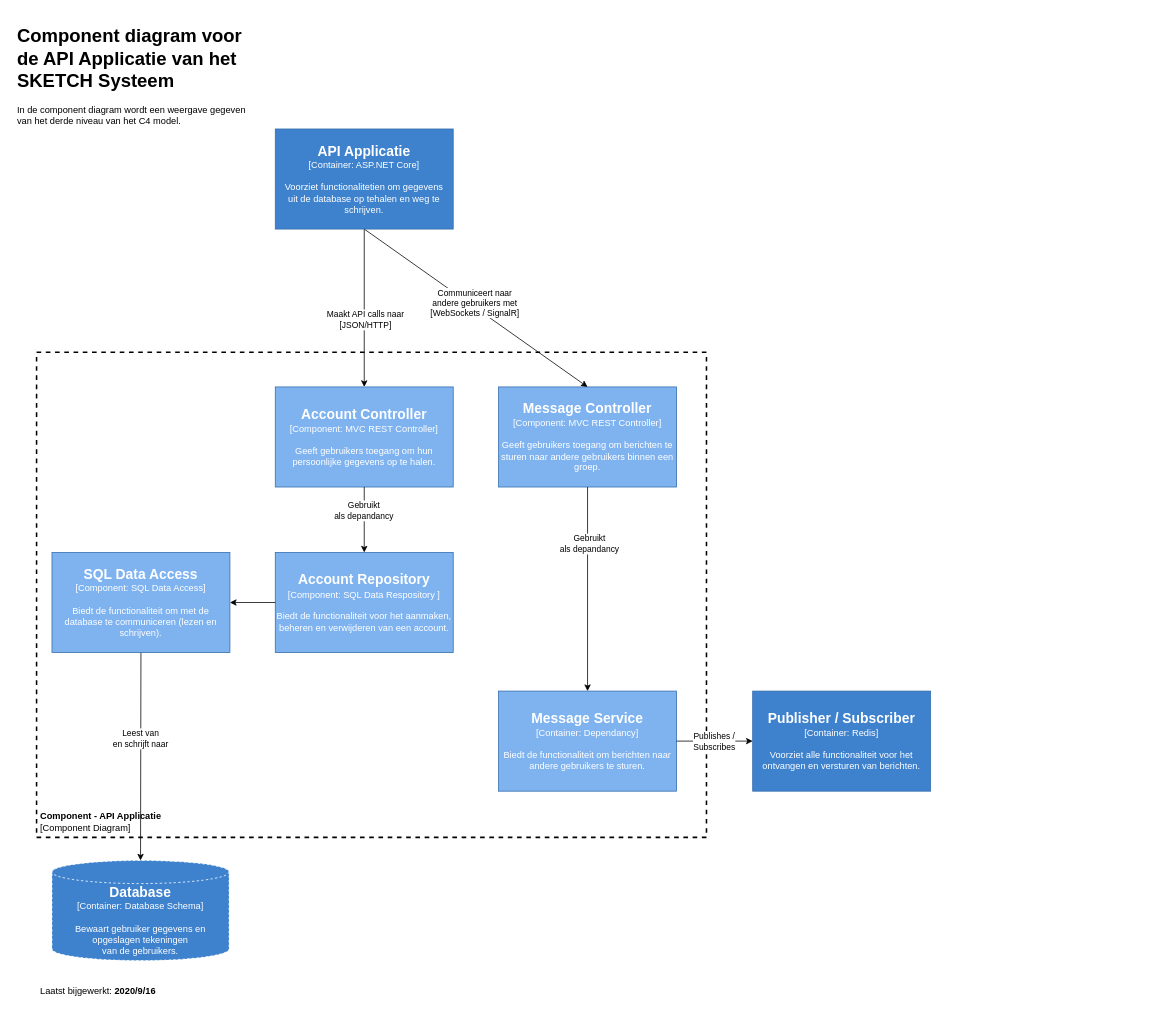
Earlier version of the draw.io diagram docs/01. Diagrams/C4 Models/3. Components/Component - API Applicatie.drawio (i442124/Sketch). Source tidied: cells renumbered, new cells numbered last; positions are measured from the earlier drawing's top-left corner, leaving out a move shared by most shapes. Both pictures are drawn from the tidied source at 77%, with x=0, y=0 at pixel (13, 21).
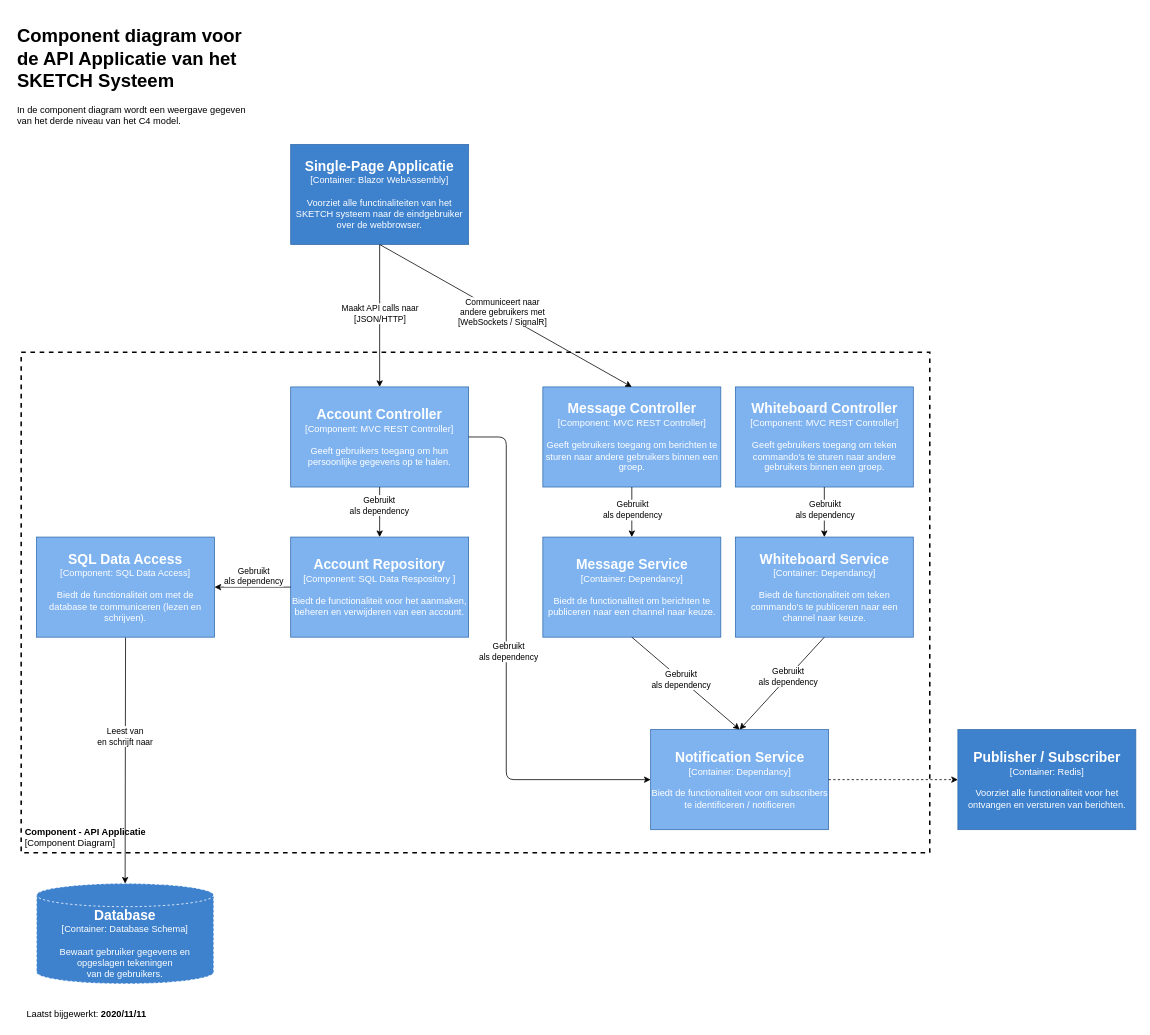
After the change.

Commit message (it also covers changes not shown here):
Update API compoment model

The change refers to these unchanged cells:
```xml
<mxCell id="16" style="endArrow=classic;html=1;entryX=1;entryY=0.5;entryDx=0;entryDy=0;exitX=0;exitY=0.5;exitDx=0;exitDy=0;" parent="1" edge="1" source="14" target="15">
  <mxGeometry relative="1" as="geometry" />
</mxCell>
<mxCell id="17" style="endArrow=classic;html=1;exitX=0.5;exitY=1;exitDx=0;exitDy=0;entryX=0.5;entryY=0;entryDx=0;entryDy=0;" parent="1" edge="1" source="13" target="14">
  <mxGeometry relative="1" as="geometry" />
</mxCell>
```

What changed in the source:
```diff
@@
     <mxCell id="2" value="&lt;div&gt;&lt;font style=&quot;font-size: 12px&quot;&gt;&lt;b&gt;Component - API Applicatie&lt;br&gt;&lt;/b&gt;&lt;/font&gt;&lt;/div&gt;&lt;font style=&quot;font-size: 12px&quot;&gt;[Component Diagram]&lt;/font&gt;" style="text;html=1;fillColor=none;spacing=5;spacingTop=-20;whiteSpace=wrap;overflow=hidden;rounded=0;dashed=1;verticalAlign=bottom;strokeColor=#000000;strokeWidth=2;" parent="1" vertex="1">
-      <mxGeometry x="30" y="430" width="870" height="630" as="geometry" />
+      <mxGeometry x="10" y="430" width="1180" height="650" as="geometry" />
     </mxCell>
@@
-    <mxCell id="4" value="Laatst bijgewerkt: &lt;b&gt;2020/9/16&lt;/b&gt;" style="text;html=1;strokeColor=none;fillColor=none;align=center;verticalAlign=middle;whiteSpace=wrap;rounded=0;" parent="1" vertex="1">
-      <mxGeometry x="30" y="1250" width="160" height="20" as="geometry" />
+    <mxCell id="4" value="Laatst bijgewerkt: &lt;b&gt;2020/11/11&lt;/b&gt;" style="text;html=1;strokeColor=none;fillColor=none;align=center;verticalAlign=middle;whiteSpace=wrap;rounded=0;" parent="1" vertex="1">
+      <mxGeometry x="10" y="1280" width="170" height="20" as="geometry" />
     </mxCell>
     <mxCell id="5" value="&lt;div&gt;&lt;font size=&quot;1&quot;&gt;&lt;b&gt;&lt;font style=&quot;font-size: 18px&quot; color=&quot;#FFFFFF&quot;&gt;Database&lt;br&gt;&lt;/font&gt;&lt;/b&gt;&lt;/font&gt;&lt;/div&gt;&lt;div&gt;&lt;font color=&quot;#FFFFFF&quot;&gt;[Container: Database Schema]&lt;br&gt;&lt;/font&gt;&lt;/div&gt;&lt;div&gt;&lt;font color=&quot;#FFFFFF&quot;&gt;&lt;br&gt;&lt;/font&gt;&lt;/div&gt;&lt;div&gt;&lt;font color=&quot;#FFFFFF&quot;&gt;Bewaart gebruiker gegevens en opgeslagen tekeningen&lt;/font&gt;&lt;/div&gt;&lt;div&gt;&lt;font color=&quot;#FFFFFF&quot;&gt; van de gebruikers.&lt;br&gt;&lt;/font&gt;&lt;/div&gt;" style="shape=cylinder3;whiteSpace=wrap;html=1;boundedLbl=1;backgroundOutline=1;size=15;rounded=0;dashed=1;fillColor=#3E82CE;strokeColor=#FFFFFF;" parent="1" vertex="1">
-      <mxGeometry x="50" y="1090" width="230" height="130" as="geometry" />
+      <mxGeometry x="30" y="1120" width="230" height="130" as="geometry" />
     </mxCell>
+    <mxCell id="8" value="&lt;div&gt;&lt;font size=&quot;1&quot;&gt;&lt;b&gt;&lt;font style=&quot;font-size: 18px&quot; color=&quot;#FFFFFF&quot;&gt;Message Controller&lt;br&gt;&lt;/font&gt;&lt;/b&gt;&lt;/font&gt;&lt;/div&gt;&lt;div&gt;&lt;font color=&quot;#FFFFFF&quot;&gt;[Component: MVC REST Controller]&lt;br&gt;&lt;/font&gt;&lt;/div&gt;&lt;div&gt;&lt;font color=&quot;#FFFFFF&quot;&gt;&lt;br&gt;&lt;/font&gt;&lt;/div&gt;&lt;font color=&quot;#FFFFFF&quot;&gt;Geeft gebruikers toegang om berichten te sturen naar andere gebruikers binnen een groep.&lt;br&gt;&lt;/font&gt;" style="rounded=0;whiteSpace=wrap;html=1;strokeColor=#336CAB;fillColor=#7FB3F0;" parent="1" vertex="1">
+      <mxGeometry x="687.5" y="475" width="231.1" height="130" as="geometry" />
+    </mxCell>
+    <mxCell id="11" value="&lt;div&gt;&lt;font size=&quot;1&quot;&gt;&lt;b&gt;&lt;font style=&quot;font-size: 18px&quot; color=&quot;#FFFFFF&quot;&gt;Message Service&lt;br&gt;&lt;/font&gt;&lt;/b&gt;&lt;/font&gt;&lt;/div&gt;&lt;div&gt;&lt;font color=&quot;#FFFFFF&quot;&gt;[Container: Dependancy]&lt;br&gt;&lt;/font&gt;&lt;/div&gt;&lt;div&gt;&lt;font color=&quot;#FFFFFF&quot;&gt;&lt;br&gt;&lt;/font&gt;&lt;/div&gt;&lt;font color=&quot;#FFFFFF&quot;&gt;Biedt de functionaliteit om berichten te publiceren naar een channel naar keuze.&lt;br&gt;&lt;/font&gt;" style="rounded=0;whiteSpace=wrap;html=1;strokeColor=#336CAB;fillColor=#7FB3F0;" parent="1" vertex="1">
+      <mxGeometry x="687.5" y="670" width="231.1" height="130" as="geometry" />
+    </mxCell>
+    <mxCell id="12" value="&lt;div&gt;&lt;font size=&quot;1&quot;&gt;&lt;b&gt;&lt;font style=&quot;font-size: 18px&quot; color=&quot;#FFFFFF&quot;&gt;Publisher / Subscriber&lt;br&gt;&lt;/font&gt;&lt;/b&gt;&lt;/font&gt;&lt;/div&gt;&lt;div&gt;&lt;font color=&quot;#FFFFFF&quot;&gt;[Container: Redis]&lt;br&gt;&lt;/font&gt;&lt;/div&gt;&lt;div&gt;&lt;font color=&quot;#FFFFFF&quot;&gt;&lt;br&gt;&lt;/font&gt;&lt;/div&gt;&lt;div&gt;&lt;font color=&quot;#FFFFFF&quot;&gt;Voorziet alle functionaliteit voor het ontvangen en versturen van berichten.&lt;br&gt;&lt;/font&gt;&lt;/div&gt;" style="rounded=0;whiteSpace=wrap;html=1;fillColor=#3E82CE;strokeColor=#336CAB;" parent="1" vertex="1">
+      <mxGeometry x="1226.5" y="920" width="231.1" height="130" as="geometry" />
+    </mxCell>
+    <mxCell id="19" style="endArrow=classic;html=1;exitX=0.5;exitY=1;exitDx=0;exitDy=0;entryX=0.5;entryY=0;entryDx=0;entryDy=0;" parent="1" edge="1" source="8" target="11">
+      <mxGeometry relative="1" as="geometry" />
+    </mxCell>
+    <mxCell id="20" value="&lt;div&gt;Gebruikt&lt;/div&gt;&lt;div&gt;als dependency&lt;br&gt;&lt;/div&gt;" style="edgeLabel;html=1;align=center;verticalAlign=middle;" parent="19" vertex="1">
+      <mxGeometry x="-0.45" y="2" relative="1" as="geometry">
+        <mxPoint x="-2" y="11.5" as="offset" />
+      </mxGeometry>
+    </mxCell>
+    <mxCell id="23" style="endArrow=classic;html=1;exitX=0.5;exitY=1;exitDx=0;exitDy=0;entryX=0.5;entryY=0;entryDx=0;entryDy=0;" parent="1" edge="1" source="26" target="13">
+      <mxGeometry relative="1" as="geometry" />
+    </mxCell>
+    <mxCell id="24" value="&lt;div&gt;Maakt API calls naar&lt;br&gt;&lt;/div&gt;&lt;div&gt;[JSON/HTTP]&lt;br&gt;&lt;/div&gt;" style="edgeLabel;html=1;align=center;verticalAlign=middle;" parent="23" vertex="1">
+      <mxGeometry x="0.14" y="2" relative="1" as="geometry">
+        <mxPoint x="-2" y="-15.7" as="offset" />
+      </mxGeometry>
+    </mxCell>
+    <mxCell id="26" value="&lt;div&gt;&lt;font size=&quot;1&quot;&gt;&lt;b&gt;&lt;font style=&quot;font-size: 18px&quot; color=&quot;#FFFFFF&quot;&gt;Single-Page Applicatie&lt;br&gt;&lt;/font&gt;&lt;/b&gt;&lt;/font&gt;&lt;/div&gt;&lt;div&gt;&lt;font color=&quot;#FFFFFF&quot;&gt;[Container: Blazor WebAssembly]&lt;br&gt;&lt;/font&gt;&lt;/div&gt;&lt;div&gt;&lt;font color=&quot;#FFFFFF&quot;&gt;&lt;br&gt;&lt;/font&gt;&lt;/div&gt;&lt;div&gt;&lt;font color=&quot;#FFFFFF&quot;&gt;Voorziet alle functinaliteiten van het SKETCH systeem naar de eindgebruiker over de webbrowser.&lt;br&gt;&lt;/font&gt;&lt;/div&gt;" style="rounded=0;whiteSpace=wrap;html=1;fillColor=#3E82CE;strokeColor=#336CAB;" parent="1" vertex="1">
+      <mxGeometry x="360" y="160" width="231.1" height="130" as="geometry" />
+    </mxCell>
+    <mxCell id="27" value="&lt;div&gt;&lt;font size=&quot;1&quot;&gt;&lt;b&gt;&lt;font style=&quot;font-size: 18px&quot; color=&quot;#FFFFFF&quot;&gt;Whiteboard Controller&lt;br&gt;&lt;/font&gt;&lt;/b&gt;&lt;/font&gt;&lt;/div&gt;&lt;div&gt;&lt;font color=&quot;#FFFFFF&quot;&gt;[Component: MVC REST Controller]&lt;br&gt;&lt;/font&gt;&lt;/div&gt;&lt;div&gt;&lt;font color=&quot;#FFFFFF&quot;&gt;&lt;br&gt;&lt;/font&gt;&lt;/div&gt;&lt;font color=&quot;#FFFFFF&quot;&gt;Geeft gebruikers toegang om teken commando's te sturen naar andere gebruikers binnen een groep.&lt;br&gt;&lt;/font&gt;" style="rounded=0;whiteSpace=wrap;html=1;strokeColor=#336CAB;fillColor=#7FB3F0;" parent="1" vertex="1">
+      <mxGeometry x="937.5" y="475" width="231.1" height="130" as="geometry" />
+    </mxCell>
+    <mxCell id="28" value="&lt;div&gt;&lt;font size=&quot;1&quot;&gt;&lt;b&gt;&lt;font style=&quot;font-size: 18px&quot; color=&quot;#FFFFFF&quot;&gt;Whiteboard Service&lt;br&gt;&lt;/font&gt;&lt;/b&gt;&lt;/font&gt;&lt;/div&gt;&lt;div&gt;&lt;font color=&quot;#FFFFFF&quot;&gt;[Container: Dependancy]&lt;br&gt;&lt;/font&gt;&lt;/div&gt;&lt;div&gt;&lt;font color=&quot;#FFFFFF&quot;&gt;&lt;br&gt;&lt;/font&gt;&lt;/div&gt;&lt;font color=&quot;#FFFFFF&quot;&gt;Biedt de functionaliteit om teken commando's te publiceren naar een channel naar keuze.&lt;br&gt;&lt;/font&gt;" style="rounded=0;whiteSpace=wrap;html=1;strokeColor=#336CAB;fillColor=#7FB3F0;" parent="1" vertex="1">
+      <mxGeometry x="937.5" y="670" width="231.1" height="130" as="geometry" />
+    </mxCell>
+    <mxCell id="29" style="endArrow=classic;html=1;exitX=0.5;exitY=1;exitDx=0;exitDy=0;entryX=0.5;entryY=0;entryDx=0;entryDy=0;exitPerimeter=0;" parent="1" edge="1" source="27" target="28">
+      <mxGeometry relative="1" as="geometry" />
+    </mxCell>
+    <mxCell id="30" value="&lt;div&gt;Gebruikt&lt;/div&gt;&lt;div&gt;als dependency&lt;br&gt;&lt;/div&gt;" style="edgeLabel;html=1;align=center;verticalAlign=middle;" parent="29" vertex="1">
+      <mxGeometry x="-0.45" y="2" relative="1" as="geometry">
+        <mxPoint x="-2" y="11.5" as="offset" />
+      </mxGeometry>
+    </mxCell>
+    <mxCell id="31" value="&lt;div&gt;&lt;font size=&quot;1&quot;&gt;&lt;b&gt;&lt;font style=&quot;font-size: 18px&quot; color=&quot;#FFFFFF&quot;&gt;Notification Service&lt;br&gt;&lt;/font&gt;&lt;/b&gt;&lt;/font&gt;&lt;/div&gt;&lt;div&gt;&lt;font color=&quot;#FFFFFF&quot;&gt;[Container: Dependancy]&lt;br&gt;&lt;/font&gt;&lt;/div&gt;&lt;div&gt;&lt;font color=&quot;#FFFFFF&quot;&gt;&lt;br&gt;&lt;/font&gt;&lt;/div&gt;&lt;div&gt;&lt;font color=&quot;#FFFFFF&quot;&gt;Biedt de functionaliteit voor om subscribers te identificeren / notificeren&lt;br&gt;&lt;/font&gt;&lt;/div&gt;" style="rounded=0;whiteSpace=wrap;html=1;strokeColor=#336CAB;fillColor=#7FB3F0;" parent="1" vertex="1">
+      <mxGeometry x="827.5" y="920" width="231.1" height="130" as="geometry" />
+    </mxCell>
+    <mxCell id="32" style="endArrow=classic;html=1;exitX=0.5;exitY=1;exitDx=0;exitDy=0;entryX=0.5;entryY=0;entryDx=0;entryDy=0;" parent="1" edge="1" source="11" target="31">
+      <mxGeometry relative="1" as="geometry" />
+    </mxCell>
+    <mxCell id="33" value="&lt;div&gt;Gebruikt &lt;br&gt;&lt;/div&gt;&lt;div&gt;als dependency&lt;/div&gt;" style="edgeLabel;html=1;align=center;verticalAlign=middle;" parent="32" vertex="1">
+      <mxGeometry x="-0.09" relative="1" as="geometry" />
+    </mxCell>
+    <mxCell id="34" style="endArrow=classic;html=1;entryX=0.5;entryY=0;entryDx=0;entryDy=0;exitX=0.5;exitY=1;exitDx=0;exitDy=0;" parent="1" edge="1" source="28" target="31">
+      <mxGeometry relative="1" as="geometry" />
+    </mxCell>
+    <mxCell id="35" value="&lt;div&gt;Gebruikt&lt;/div&gt;&lt;div&gt;als dependency&lt;br&gt;&lt;/div&gt;" style="edgeLabel;html=1;align=center;verticalAlign=middle;" parent="34" vertex="1">
+      <mxGeometry x="-0.12" y="2" relative="1" as="geometry">
+        <mxPoint y="-4.4" as="offset" />
+      </mxGeometry>
+    </mxCell>
+    <mxCell id="36" style="endArrow=classic;html=1;entryX=0;entryY=0.5;entryDx=0;entryDy=0;exitX=1;exitY=0.5;exitDx=0;exitDy=0;dashed=1;" parent="1" edge="1" source="31" target="12">
+      <mxGeometry relative="1" as="geometry">
+        <Array as="points">
+          <mxPoint x="1147.5" y="985" />
+        </Array>
+      </mxGeometry>
+    </mxCell>
@@
-    <mxCell id="8" value="&lt;div&gt;&lt;font size=&quot;1&quot;&gt;&lt;b&gt;&lt;font style=&quot;font-size: 18px&quot; color=&quot;#FFFFFF&quot;&gt;Message Controller&lt;br&gt;&lt;/font&gt;&lt;/b&gt;&lt;/font&gt;&lt;/div&gt;&lt;div&gt;&lt;font color=&quot;#FFFFFF&quot;&gt;[Component: MVC REST Controller]&lt;br&gt;&lt;/font&gt;&lt;/div&gt;&lt;div&gt;&lt;font color=&quot;#FFFFFF&quot;&gt;&lt;br&gt;&lt;/font&gt;&lt;/div&gt;&lt;font color=&quot;#FFFFFF&quot;&gt;Geeft gebruikers toegang om berichten te sturen naar andere gebruikers binnen een groep.&lt;br&gt;&lt;/font&gt;" style="rounded=0;whiteSpace=wrap;html=1;strokeColor=#336CAB;fillColor=#7FB3F0;" parent="1" vertex="1">
-      <mxGeometry x="630" y="475" width="231.1" height="130" as="geometry" />
-    </mxCell>
-    <mxCell id="9" style="endArrow=classic;html=1;exitX=0.5;exitY=1;exitDx=0;exitDy=0;entryX=0.5;entryY=0;entryDx=0;entryDy=0;" parent="1" edge="1" source="25" target="8">
-      <mxGeometry relative="1" as="geometry" />
-    </mxCell>
-    <mxCell id="10" value="&lt;div&gt;Communiceert naar &lt;br&gt;&lt;/div&gt;&lt;div&gt;andere gebruikers met&lt;/div&gt;&lt;div&gt;[WebSockets / SignalR]&lt;br&gt;&lt;/div&gt;" style="edgeLabel;html=1;align=center;verticalAlign=middle;" parent="9" vertex="1">
-      <mxGeometry x="-0.16" y="-1" relative="1" as="geometry">
-        <mxPoint x="21.9" y="8.6" as="offset" />
-      </mxGeometry>
-    </mxCell>
-    <mxCell id="11" value="&lt;div&gt;&lt;font size=&quot;1&quot;&gt;&lt;b&gt;&lt;font style=&quot;font-size: 18px&quot; color=&quot;#FFFFFF&quot;&gt;Message Service&lt;br&gt;&lt;/font&gt;&lt;/b&gt;&lt;/font&gt;&lt;/div&gt;&lt;div&gt;&lt;font color=&quot;#FFFFFF&quot;&gt;[Container: Dependancy]&lt;br&gt;&lt;/font&gt;&lt;/div&gt;&lt;div&gt;&lt;font color=&quot;#FFFFFF&quot;&gt;&lt;br&gt;&lt;/font&gt;&lt;/div&gt;&lt;font color=&quot;#FFFFFF&quot;&gt;Biedt de functionaliteit om berichten naar andere gebruikers te sturen.&lt;br&gt;&lt;/font&gt;" style="rounded=0;whiteSpace=wrap;html=1;strokeColor=#336CAB;fillColor=#7FB3F0;" parent="1" vertex="1">
-      <mxGeometry x="630" y="870" width="231.1" height="130" as="geometry" />
-    </mxCell>
-    <mxCell id="12" value="&lt;div&gt;&lt;font size=&quot;1&quot;&gt;&lt;b&gt;&lt;font style=&quot;font-size: 18px&quot; color=&quot;#FFFFFF&quot;&gt;Publisher / Subscriber&lt;br&gt;&lt;/font&gt;&lt;/b&gt;&lt;/font&gt;&lt;/div&gt;&lt;div&gt;&lt;font color=&quot;#FFFFFF&quot;&gt;[Container: Redis]&lt;br&gt;&lt;/font&gt;&lt;/div&gt;&lt;div&gt;&lt;font color=&quot;#FFFFFF&quot;&gt;&lt;br&gt;&lt;/font&gt;&lt;/div&gt;&lt;div&gt;&lt;font color=&quot;#FFFFFF&quot;&gt;Voorziet alle functionaliteit voor het ontvangen en versturen van berichten.&lt;br&gt;&lt;/font&gt;&lt;/div&gt;" style="rounded=0;whiteSpace=wrap;html=1;fillColor=#3E82CE;strokeColor=#336CAB;" parent="1" vertex="1">
-      <mxGeometry x="960" y="870" width="231.1" height="130" as="geometry" />
-    </mxCell>
     <mxCell id="13" value="&lt;div&gt;&lt;font size=&quot;1&quot;&gt;&lt;b&gt;&lt;font style=&quot;font-size: 18px&quot; color=&quot;#FFFFFF&quot;&gt;Account Controller&lt;br&gt;&lt;/font&gt;&lt;/b&gt;&lt;/font&gt;&lt;/div&gt;&lt;div&gt;&lt;font color=&quot;#FFFFFF&quot;&gt;[Component: MVC REST Controller]&lt;br&gt;&lt;/font&gt;&lt;/div&gt;&lt;div&gt;&lt;font color=&quot;#FFFFFF&quot;&gt;&lt;br&gt;&lt;/font&gt;&lt;/div&gt;&lt;font color=&quot;#FFFFFF&quot;&gt;Geeft gebruikers toegang om hun persoonlijke gegevens op te halen.&lt;br&gt;&lt;/font&gt;" style="rounded=0;whiteSpace=wrap;html=1;strokeColor=#336CAB;fillColor=#7FB3F0;" parent="1" vertex="1">
-      <mxGeometry x="340" y="475" width="231.1" height="130" as="geometry" />
+      <mxGeometry x="360" y="475" width="231.1" height="130" as="geometry" />
     </mxCell>
     <mxCell id="14" value="&lt;div&gt;&lt;font size=&quot;1&quot;&gt;&lt;b&gt;&lt;font style=&quot;font-size: 18px&quot; color=&quot;#FFFFFF&quot;&gt;Account Repository&lt;br&gt;&lt;/font&gt;&lt;/b&gt;&lt;/font&gt;&lt;/div&gt;&lt;div&gt;&lt;font color=&quot;#FFFFFF&quot;&gt;[Component: SQL Data Respository ]&lt;br&gt;&lt;/font&gt;&lt;/div&gt;&lt;div&gt;&lt;font color=&quot;#FFFFFF&quot;&gt;&lt;br&gt;&lt;/font&gt;&lt;/div&gt;&lt;font color=&quot;#FFFFFF&quot;&gt;Biedt de functionaliteit voor het aanmaken, beheren en verwijderen van een account.&lt;br&gt;&lt;/font&gt;" style="rounded=0;whiteSpace=wrap;html=1;strokeColor=#336CAB;fillColor=#7FB3F0;" parent="1" vertex="1">
-      <mxGeometry x="340" y="690" width="231.1" height="130" as="geometry" />
+      <mxGeometry x="360" y="670" width="231.1" height="130" as="geometry" />
     </mxCell>
     <mxCell id="15" value="&lt;div&gt;&lt;font size=&quot;1&quot;&gt;&lt;b&gt;&lt;font style=&quot;font-size: 18px&quot; color=&quot;#FFFFFF&quot;&gt;SQL Data Access&lt;br&gt;&lt;/font&gt;&lt;/b&gt;&lt;/font&gt;&lt;/div&gt;&lt;div&gt;&lt;font color=&quot;#FFFFFF&quot;&gt;[Component: SQL Data Access]&lt;br&gt;&lt;/font&gt;&lt;/div&gt;&lt;div&gt;&lt;font color=&quot;#FFFFFF&quot;&gt;&lt;br&gt;&lt;/font&gt;&lt;/div&gt;&lt;font color=&quot;#FFFFFF&quot;&gt;Biedt de functionaliteit om met de database te communiceren (lezen en schrijven).&lt;br&gt;&lt;/font&gt;" style="rounded=0;whiteSpace=wrap;html=1;strokeColor=#336CAB;fillColor=#7FB3F0;" parent="1" vertex="1">
-      <mxGeometry x="50" y="690" width="231.1" height="130" as="geometry" />
+      <mxGeometry x="30" y="670" width="231.1" height="130" as="geometry" />
     </mxCell>
@@
+    <mxCell id="37" value="&lt;div&gt;Gebruikt&lt;/div&gt;&lt;div&gt;als dependency&lt;br&gt;&lt;/div&gt;" style="edgeLabel;html=1;align=center;verticalAlign=middle;" parent="16" vertex="1">
+      <mxGeometry x="-0.18" y="1" relative="1" as="geometry">
+        <mxPoint x="-7.6" y="-16" as="offset" />
+      </mxGeometry>
+    </mxCell>
@@
-    <mxCell id="18" value="&lt;div&gt;Gebruikt &lt;br&gt;&lt;/div&gt;&lt;div&gt;als depandancy&lt;/div&gt;" style="edgeLabel;html=1;align=center;verticalAlign=middle;" parent="17" vertex="1">
-      <mxGeometry x="-0.3" y="-1" relative="1" as="geometry" />
-    </mxCell>
-    <mxCell id="19" style="endArrow=classic;html=1;exitX=0.5;exitY=1;exitDx=0;exitDy=0;entryX=0.5;entryY=0;entryDx=0;entryDy=0;" parent="1" edge="1" source="8" target="11">
-      <mxGeometry relative="1" as="geometry" />
-    </mxCell>
-    <mxCell id="20" value="&lt;div&gt;Gebruikt&lt;/div&gt;&lt;div&gt;als depandancy&lt;br&gt;&lt;/div&gt;" style="edgeLabel;html=1;align=center;verticalAlign=middle;" parent="19" vertex="1">
-      <mxGeometry x="-0.45" y="2" relative="1" as="geometry" />
-    </mxCell>
-    <mxCell id="21" style="endArrow=classic;html=1;exitX=1;exitY=0.5;exitDx=0;exitDy=0;entryX=0;entryY=0.5;entryDx=0;entryDy=0;" parent="1" edge="1" source="11" target="12">
-      <mxGeometry relative="1" as="geometry" />
-    </mxCell>
-    <mxCell id="22" value="&lt;div&gt;Publishes /&lt;/div&gt;&lt;div&gt;Subscribes&lt;br&gt;&lt;/div&gt;" style="edgeLabel;html=1;align=center;verticalAlign=middle;" parent="21" vertex="1">
-      <mxGeometry x="0.26" relative="1" as="geometry">
-        <mxPoint x="-13.4" as="offset" />
-      </mxGeometry>
-    </mxCell>
-    <mxCell id="23" style="endArrow=classic;html=1;entryX=0.5;entryY=0;entryDx=0;entryDy=0;exitX=0.5;exitY=1;exitDx=0;exitDy=0;" parent="1" edge="1" source="25" target="13">
-      <mxGeometry relative="1" as="geometry" />
-    </mxCell>
-    <mxCell id="24" value="&lt;div&gt;Maakt API calls naar&lt;br&gt;&lt;/div&gt;&lt;div&gt;[JSON/HTTP]&lt;br&gt;&lt;/div&gt;" style="edgeLabel;html=1;align=center;verticalAlign=middle;" parent="23" vertex="1">
-      <mxGeometry x="0.14" y="2" relative="1" as="geometry">
-        <mxPoint x="-1" as="offset" />
-      </mxGeometry>
-    </mxCell>
-    <mxCell id="25" value="&lt;div&gt;&lt;font size=&quot;1&quot;&gt;&lt;b&gt;&lt;font style=&quot;font-size: 18px&quot; color=&quot;#FFFFFF&quot;&gt;API Applicatie&lt;br&gt;&lt;/font&gt;&lt;/b&gt;&lt;/font&gt;&lt;/div&gt;&lt;div&gt;&lt;font color=&quot;#FFFFFF&quot;&gt;[Container: ASP.NET Core]&lt;br&gt;&lt;/font&gt;&lt;/div&gt;&lt;div&gt;&lt;font color=&quot;#FFFFFF&quot;&gt;&lt;br&gt;&lt;/font&gt;&lt;/div&gt;&lt;div&gt;&lt;font color=&quot;#FFFFFF&quot;&gt;Voorziet functionalitetien om gegevens &lt;br&gt;&lt;/font&gt;&lt;/div&gt;&lt;div&gt;&lt;font color=&quot;#FFFFFF&quot;&gt;uit de database op tehalen en weg te schrijven.&lt;br&gt;&lt;/font&gt;&lt;/div&gt;" style="rounded=0;whiteSpace=wrap;html=1;fillColor=#3E82CE;strokeColor=#336CAB;" parent="1" vertex="1">
-      <mxGeometry x="340" y="140" width="231.1" height="130" as="geometry" />
-    </mxCell>
+    <mxCell id="38" value="&lt;div&gt;Gebruikt &lt;br&gt;&lt;/div&gt;&lt;div&gt;als dependency&lt;/div&gt;" style="edgeLabel;html=1;align=center;verticalAlign=middle;" parent="17" vertex="1">
+      <mxGeometry x="-0.3" y="-1" relative="1" as="geometry" />
+    </mxCell>
+    <mxCell id="39" style="endArrow=classic;html=1;entryX=0.5;entryY=0;entryDx=0;entryDy=0;exitX=0.5;exitY=1;exitDx=0;exitDy=0;" parent="1" edge="1" source="26" target="8">
+      <mxGeometry relative="1" as="geometry" />
+    </mxCell>
+    <mxCell id="10" value="&lt;div&gt;Communiceert naar &lt;br&gt;&lt;/div&gt;&lt;div&gt;andere gebruikers met&lt;/div&gt;&lt;div&gt;[WebSockets / SignalR]&lt;br&gt;&lt;/div&gt;" style="edgeLabel;html=1;align=center;verticalAlign=middle;" parent="39" vertex="1">
+      <mxGeometry x="-0.16" y="-1" relative="1" as="geometry">
+        <mxPoint x="21.9" y="8.6" as="offset" />
+      </mxGeometry>
+    </mxCell>
+    <mxCell id="40" style="endArrow=classic;html=1;entryX=0;entryY=0.5;entryDx=0;entryDy=0;exitX=1;exitY=0.5;exitDx=0;exitDy=0;" parent="1" edge="1" source="13" target="31">
+      <mxGeometry relative="1" as="geometry">
+        <Array as="points">
+          <mxPoint x="640" y="540" />
+          <mxPoint x="640" y="985" />
+        </Array>
+      </mxGeometry>
+    </mxCell>
+    <mxCell id="41" value="&lt;div&gt;Gebruikt&lt;/div&gt;&lt;div&gt;als dependency&lt;br&gt;&lt;/div&gt;" style="edgeLabel;html=1;align=center;verticalAlign=middle;" parent="40" vertex="1">
+      <mxGeometry x="-0.04" y="2" relative="1" as="geometry" />
+    </mxCell>
```
